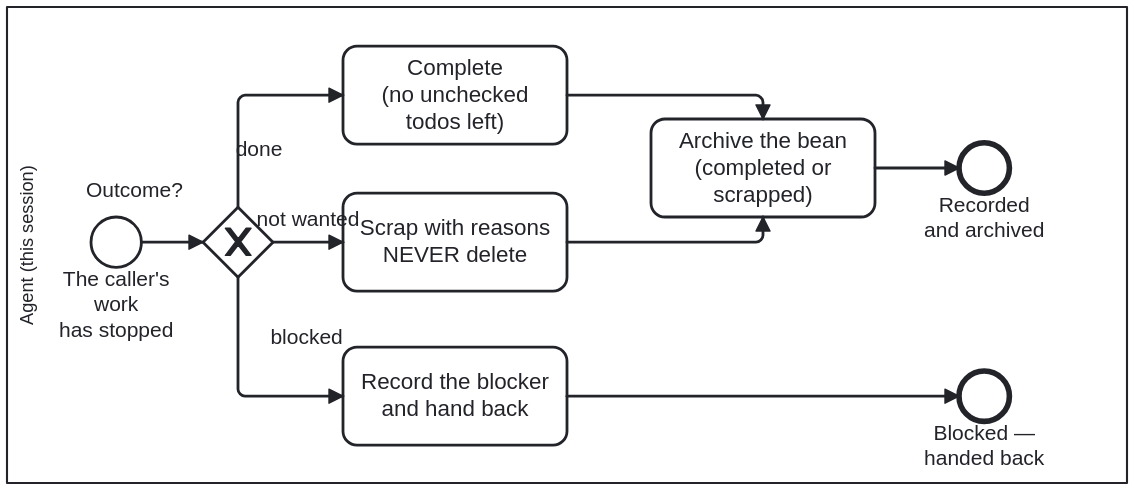
litlfred/cat-harness keeps this BPMN diagram as docs/assets/img/workflows/bean-close.svg. Above is the earlier version. Its source is kept beside it as processes/sdlc/bean-close.bpmn. Ids are renumbered.
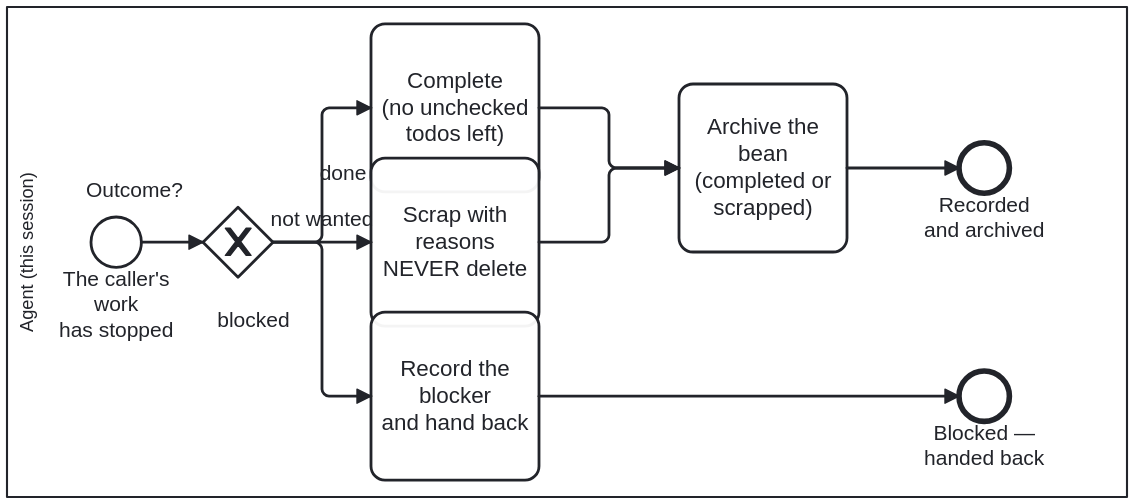
Later version of the same file.

The edit, as a diff of the source:
```diff
@@ -118,29 +118,57 @@
 
   <bpmndi:BPMNDiagram id="BPMNDiagram_BeanClose">
     <bpmndi:BPMNPlane id="BPMNPlane_BeanClose" bpmnElement="Process_BeanClose">
-      <bpmndi:BPMNShape id="Lane_Agent_di" bpmnElement="Lane_Agent" isHorizontal="true"><dc:Bounds x="160" y="40" width="800" height="340"/></bpmndi:BPMNShape>
+      <bpmndi:BPMNShape id="Lane_Agent_di" bpmnElement="Lane_Agent" isHorizontal="true"><dc:Bounds x="160" y="40" width="800" height="350" /></bpmndi:BPMNShape>
 
-      <bpmndi:BPMNShape id="Close_Start_di" bpmnElement="Close_Start"><dc:Bounds x="220" y="190" width="36" height="36"/></bpmndi:BPMNShape>
-      <bpmndi:BPMNShape id="Close_Outcome_di" bpmnElement="Close_Outcome" isMarkerVisible="true"><dc:Bounds x="300" y="183" width="50" height="50"/>
-        <bpmndi:BPMNLabel><dc:Bounds x="206" y="162" width="90" height="17" /></bpmndi:BPMNLabel>
-      </bpmndi:BPMNShape>
-      <bpmndi:BPMNShape id="Close_Complete_di" bpmnElement="Close_Complete"><dc:Bounds x="400" y="68" width="160" height="70"/></bpmndi:BPMNShape>
-      <bpmndi:BPMNShape id="Close_Scrap_di" bpmnElement="Close_Scrap"><dc:Bounds x="400" y="173" width="160" height="70"/></bpmndi:BPMNShape>
-      <bpmndi:BPMNShape id="Close_RecordBlocker_di" bpmnElement="Close_RecordBlocker"><dc:Bounds x="400" y="283" width="160" height="70"/></bpmndi:BPMNShape>
-      <bpmndi:BPMNShape id="Close_Archive_di" bpmnElement="Close_Archive"><dc:Bounds x="620" y="120" width="160" height="70"/></bpmndi:BPMNShape>
-      <bpmndi:BPMNShape id="Close_Archived_di" bpmnElement="Close_Archived"><dc:Bounds x="840" y="137" width="36" height="36"/></bpmndi:BPMNShape>
-      <bpmndi:BPMNShape id="Close_HandedBack_di" bpmnElement="Close_HandedBack"><dc:Bounds x="840" y="300" width="36" height="36"/></bpmndi:BPMNShape>
+      <bpmndi:BPMNShape id="Close_Start_di" bpmnElement="Close_Start"><dc:Bounds x="220" y="190" width="36" height="36" /></bpmndi:BPMNShape>
+      <bpmndi:BPMNShape id="Close_Outcome_di" bpmnElement="Close_Outcome" isMarkerVisible="true"><dc:Bounds x="300" y="183" width="50" height="50" />
+
+      <bpmndi:BPMNLabel><dc:Bounds x="206" y="162" width="90" height="17" /></bpmndi:BPMNLabel></bpmndi:BPMNShape>
+      <bpmndi:BPMNShape id="Close_Complete_di" bpmnElement="Close_Complete"><dc:Bounds x="420" y="52" width="120" height="120" /></bpmndi:BPMNShape>
+      <bpmndi:BPMNShape id="Close_Scrap_di" bpmnElement="Close_Scrap"><dc:Bounds x="420" y="148" width="120" height="120" /></bpmndi:BPMNShape>
+      <bpmndi:BPMNShape id="Close_RecordBlocker_di" bpmnElement="Close_RecordBlocker"><dc:Bounds x="420" y="258" width="120" height="120" /></bpmndi:BPMNShape>
+      <bpmndi:BPMNShape id="Close_Archive_di" bpmnElement="Close_Archive"><dc:Bounds x="640" y="95" width="120" height="120" /></bpmndi:BPMNShape>
+      <bpmndi:BPMNShape id="Close_Archived_di" bpmnElement="Close_Archived"><dc:Bounds x="840" y="137" width="36" height="36" /></bpmndi:BPMNShape>
+      <bpmndi:BPMNShape id="Close_HandedBack_di" bpmnElement="Close_HandedBack"><dc:Bounds x="840" y="300" width="36" height="36" /></bpmndi:BPMNShape>
 
       <bpmndi:BPMNEdge id="BC_1_di" bpmnElement="BC_1"><di:waypoint x="256" y="208"/><di:waypoint x="300" y="208"/></bpmndi:BPMNEdge>
-      <bpmndi:BPMNEdge id="BC_2_di" bpmnElement="BC_2"><di:waypoint x="325" y="183"/><di:waypoint x="325" y="103"/><di:waypoint x="400" y="103"/></bpmndi:BPMNEdge>
-      <bpmndi:BPMNEdge id="BC_3_di" bpmnElement="BC_3"><di:waypoint x="350" y="208"/><di:waypoint x="400" y="208"/></bpmndi:BPMNEdge>
-      <bpmndi:BPMNEdge id="BC_4_di" bpmnElement="BC_4"><di:waypoint x="325" y="233"/><di:waypoint x="325" y="318"/><di:waypoint x="400" y="318"/>
-        <bpmndi:BPMNLabel><dc:Bounds x="329" y="267" width="90" height="17" /></bpmndi:BPMNLabel>
+      <bpmndi:BPMNEdge id="BC_2_di" bpmnElement="BC_2">
+        <di:waypoint x="350" y="208" />
+        <di:waypoint x="385" y="208" />
+        <di:waypoint x="385" y="112" />
+        <di:waypoint x="420" y="112" />
       </bpmndi:BPMNEdge>
-      <bpmndi:BPMNEdge id="BC_5_di" bpmnElement="BC_5"><di:waypoint x="560" y="103"/><di:waypoint x="700" y="103"/><di:waypoint x="700" y="120"/></bpmndi:BPMNEdge>
-      <bpmndi:BPMNEdge id="BC_6_di" bpmnElement="BC_6"><di:waypoint x="560" y="208"/><di:waypoint x="700" y="208"/><di:waypoint x="700" y="190"/></bpmndi:BPMNEdge>
-      <bpmndi:BPMNEdge id="BC_7_di" bpmnElement="BC_7"><di:waypoint x="780" y="155"/><di:waypoint x="840" y="155"/></bpmndi:BPMNEdge>
-      <bpmndi:BPMNEdge id="BC_8_di" bpmnElement="BC_8"><di:waypoint x="560" y="318"/><di:waypoint x="840" y="318"/></bpmndi:BPMNEdge>
+      <bpmndi:BPMNEdge id="BC_3_di" bpmnElement="BC_3">
+        <di:waypoint x="350" y="208" />
+        <di:waypoint x="420" y="208" />
+      </bpmndi:BPMNEdge>
+      <bpmndi:BPMNEdge id="BC_4_di" bpmnElement="BC_4">
+        <di:waypoint x="350" y="208" />
+        <di:waypoint x="385" y="208" />
+        <di:waypoint x="385" y="318" />
+        <di:waypoint x="420" y="318" />
+        <bpmndi:BPMNLabel><dc:Bounds x="291" y="254.5" width="90" height="17" /></bpmndi:BPMNLabel>
+      </bpmndi:BPMNEdge>
+      <bpmndi:BPMNEdge id="BC_5_di" bpmnElement="BC_5">
+        <di:waypoint x="540" y="112" />
+        <di:waypoint x="590" y="112" />
+        <di:waypoint x="590" y="155" />
+        <di:waypoint x="640" y="155" />
+      </bpmndi:BPMNEdge>
+      <bpmndi:BPMNEdge id="BC_6_di" bpmnElement="BC_6">
+        <di:waypoint x="540" y="208" />
+        <di:waypoint x="590" y="208" />
+        <di:waypoint x="590" y="155" />
+        <di:waypoint x="640" y="155" />
+      </bpmndi:BPMNEdge>
+      <bpmndi:BPMNEdge id="BC_7_di" bpmnElement="BC_7">
+        <di:waypoint x="760" y="155" />
+        <di:waypoint x="840" y="155" />
+      </bpmndi:BPMNEdge>
+      <bpmndi:BPMNEdge id="BC_8_di" bpmnElement="BC_8">
+        <di:waypoint x="540" y="318" />
+        <di:waypoint x="840" y="318" />
+      </bpmndi:BPMNEdge>
     </bpmndi:BPMNPlane>
   </bpmndi:BPMNDiagram>
 </bpmn:definitions>
```
